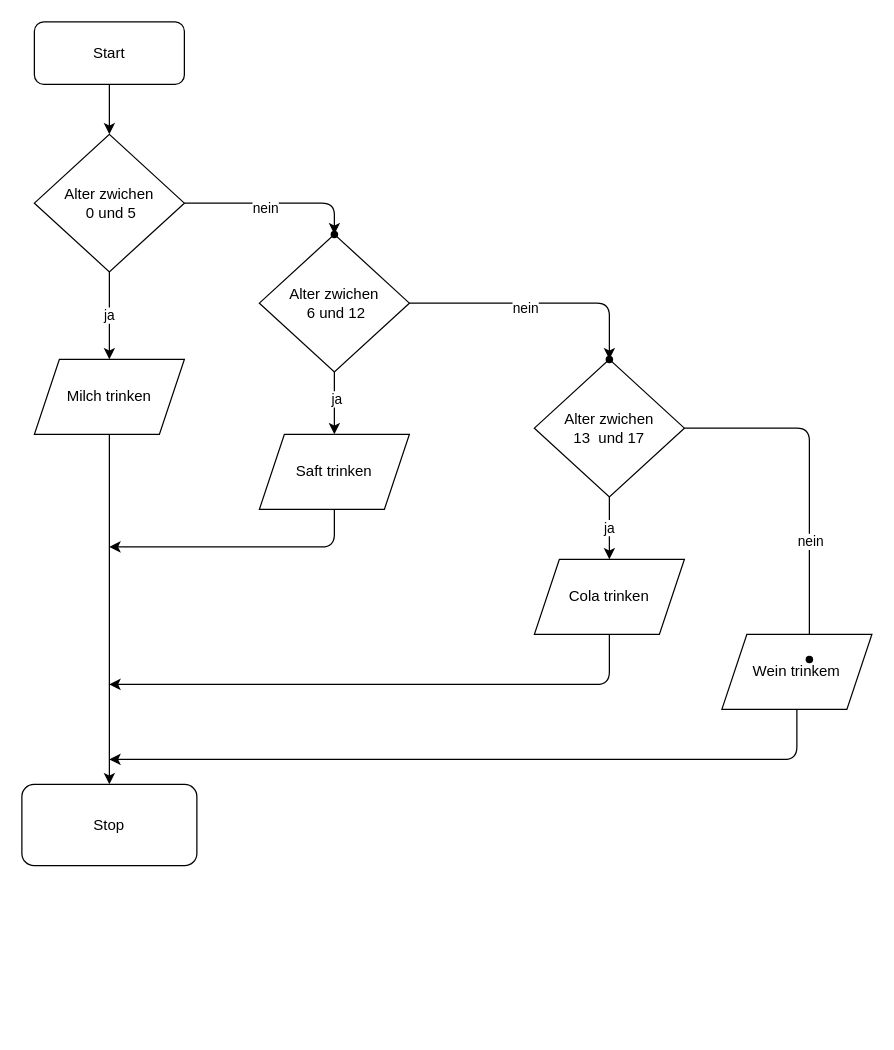
Hindax/04_CodeChallenge_02 keeps this draw.io diagram as pap.drawio. Above is the earlier version. Source tidied: cells renumbered, new cells numbered last; positions are measured from the earlier drawing's top-left corner, leaving out a move shared by most shapes. Both pictures are drawn from the tidied source at 125%, with x=0, y=0 at pixel (21, 21).
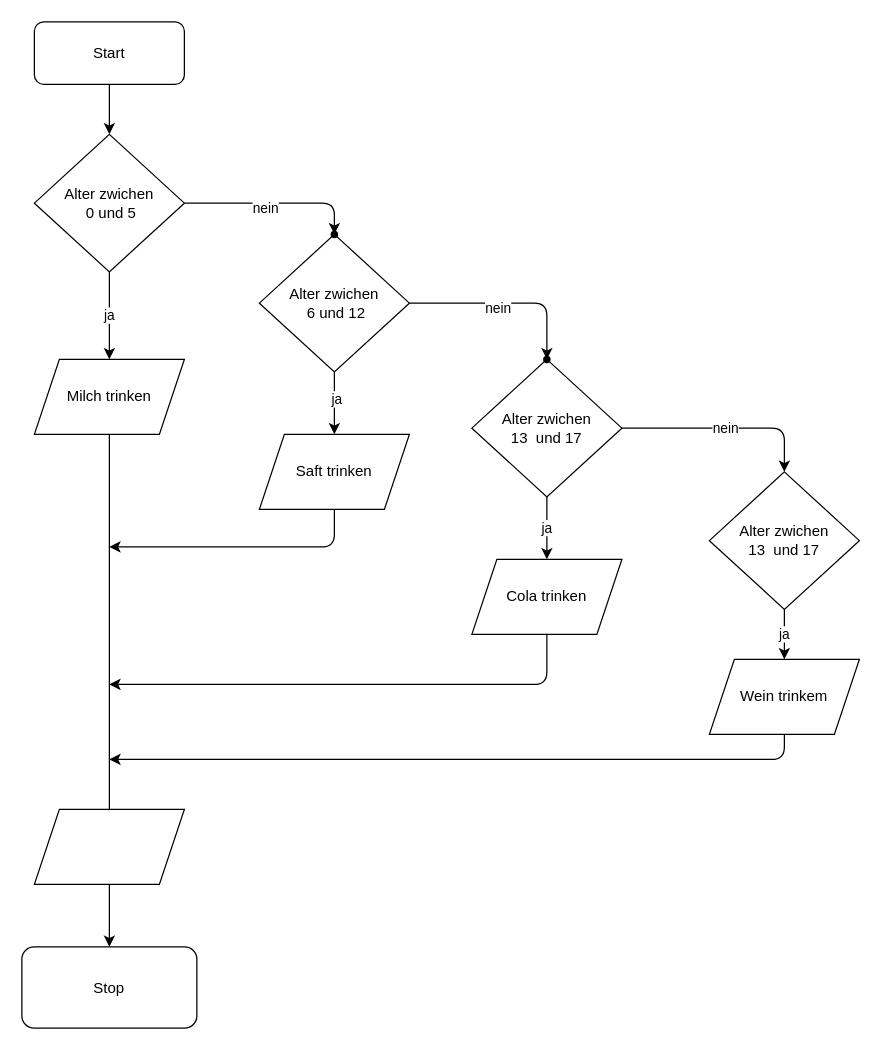
After the change.

Unchanged cells that the change refers to:
```xml
<mxCell id="15" value="Alter zwichen&lt;br&gt;&amp;nbsp;6 und 12" style="rhombus;whiteSpace=wrap;html=1;" parent="1" vertex="1">
  <mxGeometry x="190" y="170" width="120" height="110" as="geometry" />
</mxCell>
```

What changed in the source:
```diff
@@
     <mxCell id="4" value="Stop" style="rounded=1;whiteSpace=wrap;html=1;" parent="1" vertex="1">
-      <mxGeometry y="610" width="140" height="65" as="geometry" />
+      <mxGeometry y="740" width="140" height="65" as="geometry" />
     </mxCell>
@@
     <mxCell id="13" style="edgeStyle=none;html=1;" parent="1" edge="1" source="15" target="27">
       <mxGeometry relative="1" as="geometry">
         <Array as="points">
-          <mxPoint x="470" y="225" />
+          <mxPoint x="420" y="225" />
         </Array>
       </mxGeometry>
     </mxCell>
@@
-    <mxCell id="19" style="edgeStyle=none;html=1;" parent="1" edge="1" source="21" target="26">
-      <mxGeometry relative="1" as="geometry">
-        <Array as="points">
-          <mxPoint x="630" y="325" />
-        </Array>
-      </mxGeometry>
-    </mxCell>
-    <mxCell id="20" value="nein" style="edgeLabel;html=1;align=center;verticalAlign=middle;" parent="19" vertex="1">
-      <mxGeometry x="0.33" relative="1" as="geometry" />
+    <mxCell id="20" value="nein" style="edgeStyle=none;html=1;exitX=1;exitY=0.5;exitDx=0;exitDy=0;entryX=0.5;entryY=0;entryDx=0;entryDy=0;" parent="1" edge="1" source="21" target="30">
+      <mxGeometry relative="1" as="geometry">
+        <Array as="points">
+          <mxPoint x="610" y="325" />
+        </Array>
+      </mxGeometry>
     </mxCell>
     <mxCell id="21" value="Alter zwichen&lt;br&gt;13&amp;nbsp; und 17" style="rhombus;whiteSpace=wrap;html=1;" parent="1" vertex="1">
-      <mxGeometry x="410" y="270" width="120" height="110" as="geometry" />
+      <mxGeometry x="360" y="270" width="120" height="110" as="geometry" />
     </mxCell>
     <mxCell id="22" style="edgeStyle=none;html=1;exitX=0.5;exitY=1;exitDx=0;exitDy=0;" parent="1" edge="1" source="23">
       <mxGeometry relative="1" as="geometry">
         <mxPoint x="70" y="530" as="targetPoint" />
         <Array as="points">
-          <mxPoint x="470" y="530" />
+          <mxPoint x="420" y="530" />
         </Array>
       </mxGeometry>
     </mxCell>
     <mxCell id="23" value="Cola trinken" style="shape=parallelogram;perimeter=parallelogramPerimeter;whiteSpace=wrap;html=1;fixedSize=1;" parent="1" vertex="1">
-      <mxGeometry x="410" y="430" width="120" height="60" as="geometry" />
+      <mxGeometry x="360" y="430" width="120" height="60" as="geometry" />
     </mxCell>
     <mxCell id="24" style="edgeStyle=none;html=1;exitX=0.5;exitY=1;exitDx=0;exitDy=0;" parent="1" edge="1" source="25">
       <mxGeometry relative="1" as="geometry">
         <mxPoint x="70" y="590" as="targetPoint" />
         <Array as="points">
-          <mxPoint x="620" y="590" />
+          <mxPoint x="610" y="590" />
         </Array>
       </mxGeometry>
     </mxCell>
     <mxCell id="25" value="Wein trinkem" style="shape=parallelogram;perimeter=parallelogramPerimeter;whiteSpace=wrap;html=1;fixedSize=1;" parent="1" vertex="1">
-      <mxGeometry x="560" y="490" width="120" height="60" as="geometry" />
+      <mxGeometry x="550" y="510" width="120" height="60" as="geometry" />
     </mxCell>
-    <mxCell id="26" style="shape=waypoint;sketch=0;size=6;points=[];fillColor=default;perimeter=centerPerimeter;snapToPoint=1;" parent="1" vertex="1">
-      <mxGeometry x="610" y="490" width="40" height="40" as="geometry" />
-    </mxCell>
     <mxCell id="27" style="shape=waypoint;sketch=0;size=6;points=[];fillColor=default;perimeter=centerPerimeter;snapToPoint=1;" parent="1" vertex="1">
-      <mxGeometry x="450" y="250" width="40" height="40" as="geometry" />
+      <mxGeometry x="400" y="250" width="40" height="40" as="geometry" />
     </mxCell>
@@
+    <mxCell id="29" value="ja" style="edgeStyle=none;html=1;exitX=0.5;exitY=1;exitDx=0;exitDy=0;" parent="1" edge="1" source="30">
+      <mxGeometry relative="1" as="geometry">
+        <mxPoint x="610" y="510" as="targetPoint" />
+        <Array as="points">
+          <mxPoint x="610" y="510" />
+        </Array>
+      </mxGeometry>
+    </mxCell>
+    <mxCell id="30" value="Alter zwichen&lt;br&gt;13&amp;nbsp; und 17" style="rhombus;whiteSpace=wrap;html=1;" parent="1" vertex="1">
+      <mxGeometry x="550" y="360" width="120" height="110" as="geometry" />
+    </mxCell>
+    <mxCell id="31" style="shape=parallelogram;perimeter=parallelogramPerimeter;whiteSpace=wrap;html=1;fixedSize=1;" parent="1" vertex="1">
+      <mxGeometry x="10" y="630" width="120" height="60" as="geometry" />
+    </mxCell>
```
